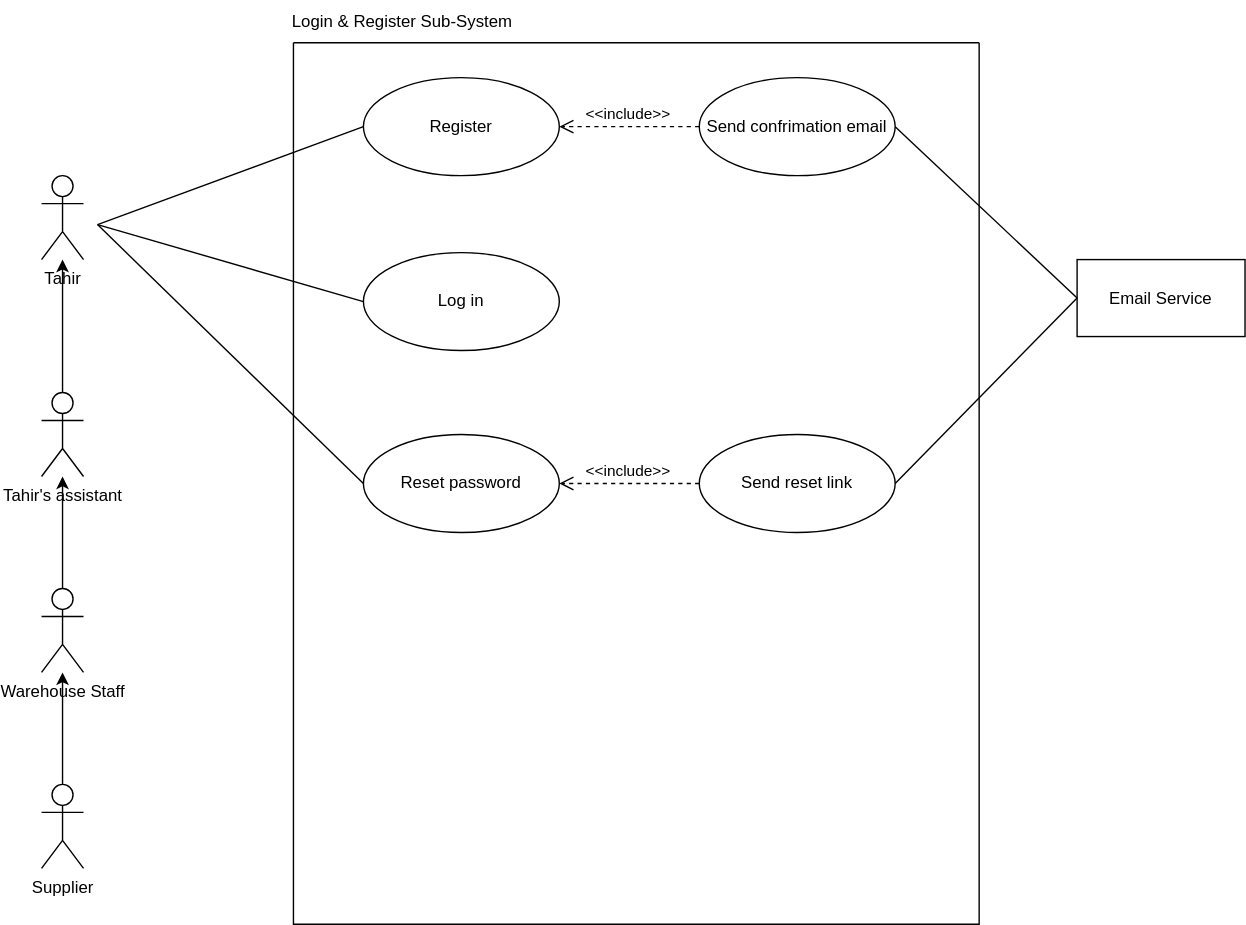
Simamkele88/IFM3_GP keeps this draw.io diagram as Login Register.svg. Above is the earlier version. Source tidied: cells renumbered, new cells last; positions are measured from the earlier drawing's top-left corner, leaving out a move shared by most shapes.
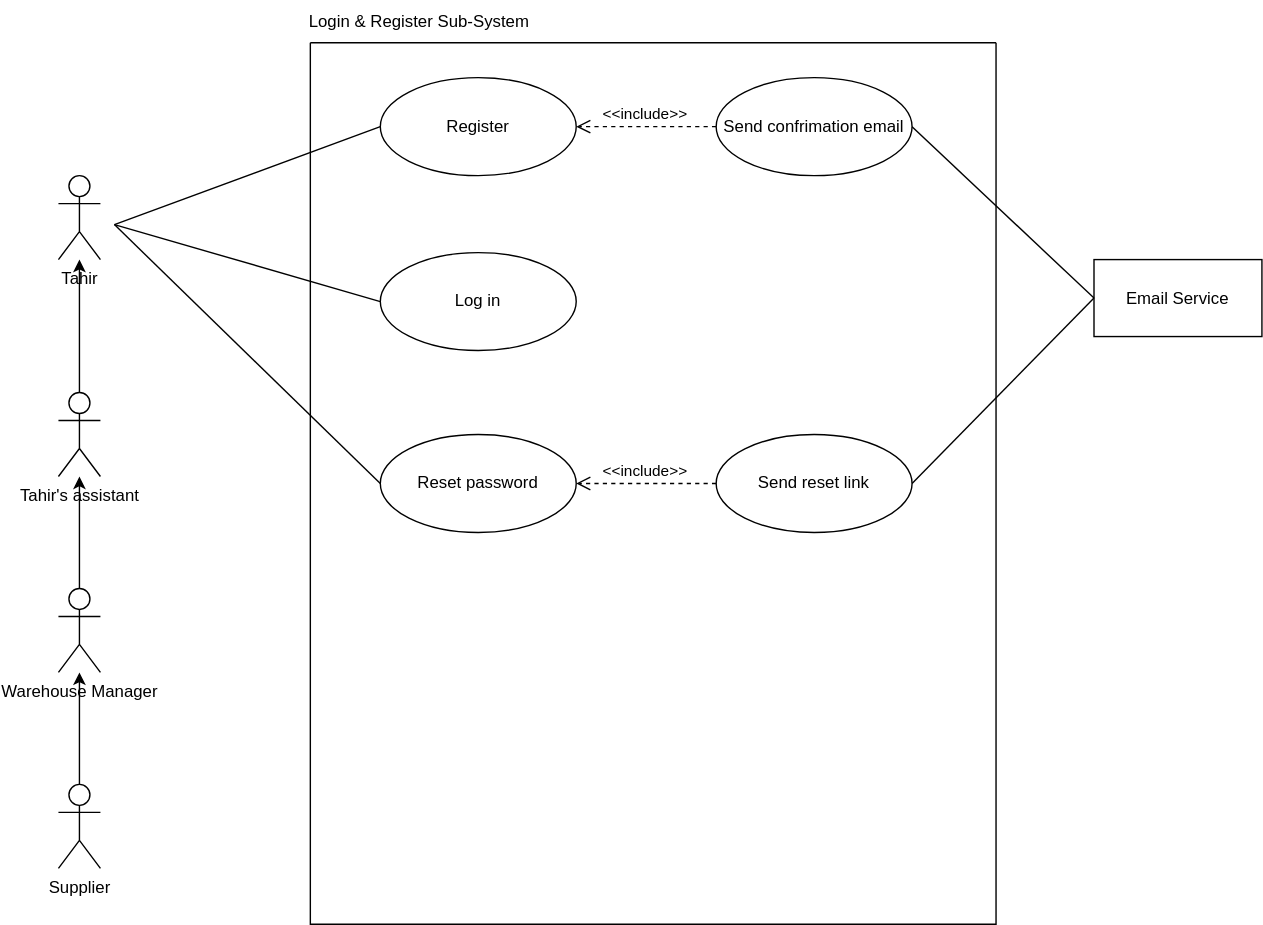
After the change.

Diff of the diagram source:
```diff
@@ -35,7 +35,7 @@
     <mxCell id="12" style="edgeStyle=orthogonalEdgeStyle;rounded=0;jettySize=auto;html=1;exitX=0.5;exitY=0;exitDx=0;exitDy=0;exitPerimeter=0;" parent="1" edge="1" source="13" target="2">
       <mxGeometry relative="1" as="geometry" />
     </mxCell>
-    <mxCell id="13" value="Warehouse Staff" style="shape=umlActor;verticalLabelPosition=bottom;verticalAlign=top;html=1;outlineConnect=0;" parent="1" vertex="1">
+    <mxCell id="13" value="Warehouse Manager" style="shape=umlActor;verticalLabelPosition=bottom;verticalAlign=top;html=1;outlineConnect=0;" parent="1" vertex="1">
       <mxGeometry y="420" width="30" height="60" as="geometry" />
     </mxCell>
     <mxCell id="14" style="edgeStyle=orthogonalEdgeStyle;rounded=0;jettySize=auto;html=1;" parent="1" edge="1" source="2" target="15">
```
